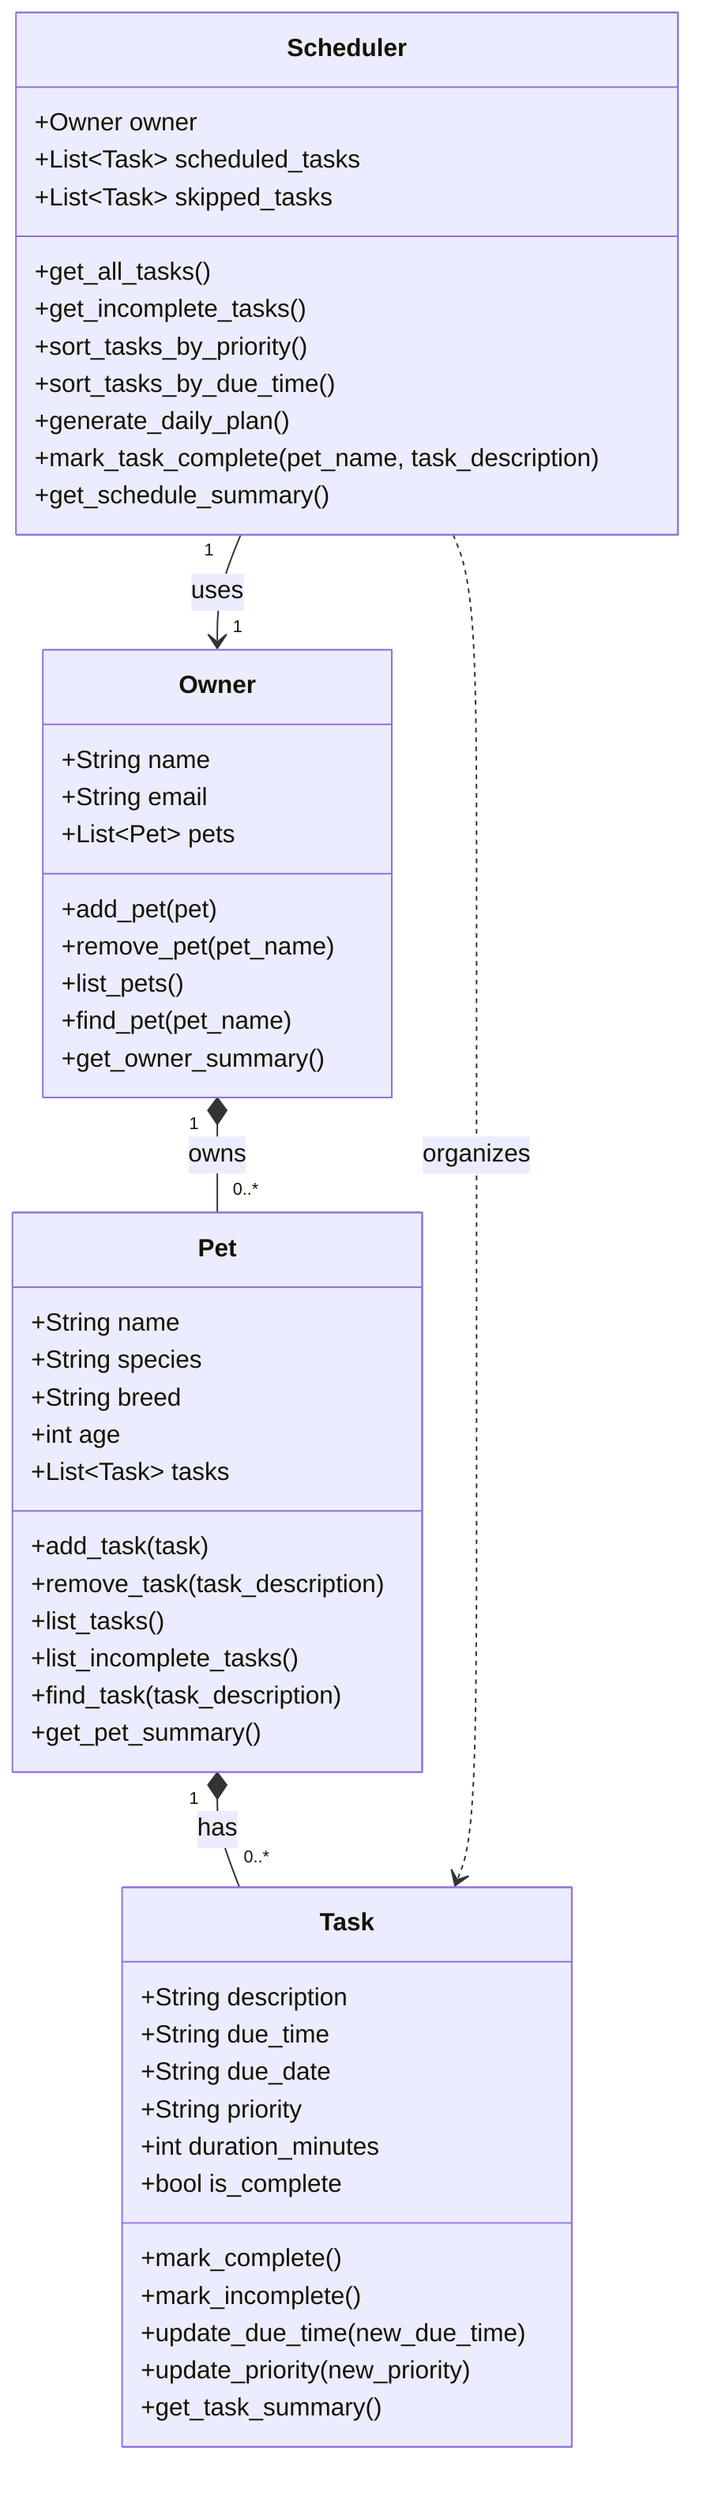
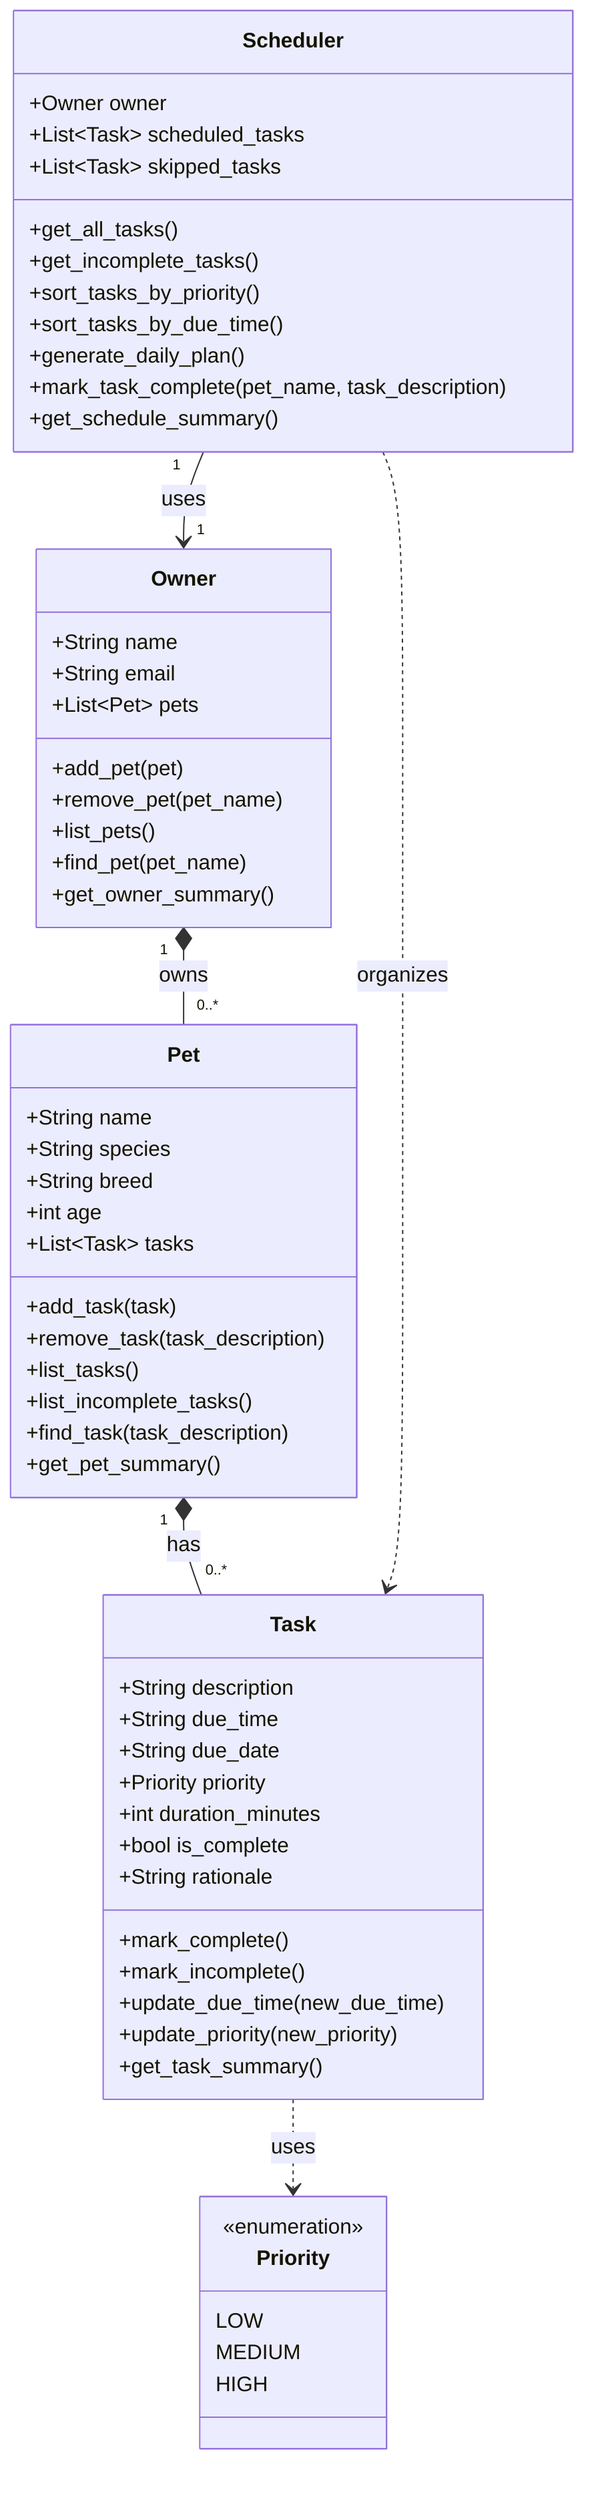
classDiagram
    class Owner {
        +String name
        +String email
        +List~Pet~ pets

        +add_pet(pet)
        +remove_pet(pet_name)
        +list_pets()
        +find_pet(pet_name)
        +get_owner_summary()
    }

    class Pet {
        +String name
        +String species
        +String breed
        +int age
        +List~Task~ tasks

        +add_task(task)
        +remove_task(task_description)
        +list_tasks()
        +list_incomplete_tasks()
        +find_task(task_description)
        +get_pet_summary()
    }

    class Task {
        +String description
        +String due_time
        +String due_date
-         +String priority
+         +Priority priority
        +int duration_minutes
        +bool is_complete
+         +String rationale

        +mark_complete()
        +mark_incomplete()
        +update_due_time(new_due_time)
        +update_priority(new_priority)
        +get_task_summary()
    }

    class Scheduler {
        +Owner owner
        +List~Task~ scheduled_tasks
        +List~Task~ skipped_tasks

        +get_all_tasks()
        +get_incomplete_tasks()
        +sort_tasks_by_priority()
        +sort_tasks_by_due_time()
        +generate_daily_plan()
        +mark_task_complete(pet_name, task_description)
        +get_schedule_summary()
    }

+     class Priority {
+         <<enumeration>>
+         LOW
+         MEDIUM
+         HIGH
+     }
+ 
    Owner "1" *-- "0..*" Pet : owns
    Pet "1" *-- "0..*" Task : has
    Scheduler "1" --> "1" Owner : uses
    Scheduler ..> Task : organizes
+     Task ..> Priority : uses
